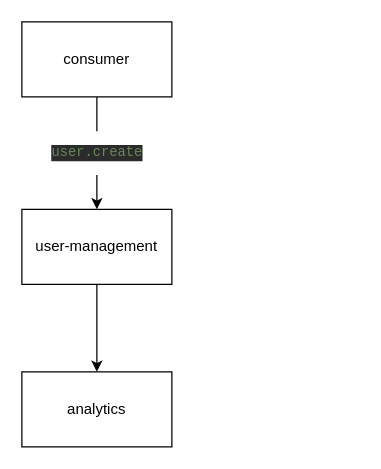
Earlier version of the draw.io diagram docs/architecture.drawio (robertscherbarth/opentelemetry-go-example). Source tidied: cells renumbered, new cells numbered last; positions are measured from the earlier drawing's top-left corner, leaving out a move shared by most shapes. Both pictures are drawn from the tidied source at 125%, with x=0, y=0 at pixel (21, 21).
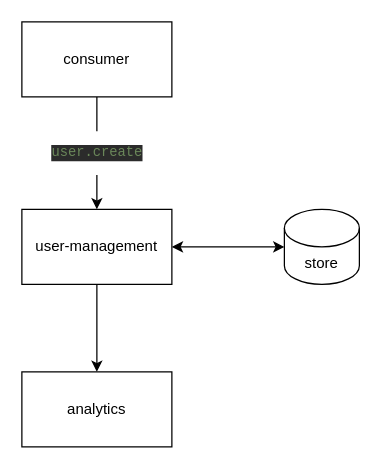
The same diagram, later.

What changed in the source:
```diff
@@
 <mxGraphModel>
   <root>
     <mxCell id="0" />
     <mxCell id="1" parent="0" />
     <mxCell id="2" value="&lt;pre style=&quot;background-color: #2b2b2b ; color: #a9b7c6 ; font-family: &amp;#34;jetbrains mono&amp;#34; , monospace ; font-size: 9 8pt&quot;&gt;&lt;span style=&quot;color: #6a8759&quot;&gt;user.create&lt;/span&gt;&lt;/pre&gt;" style="edgeStyle=orthogonalEdgeStyle;rounded=0;jettySize=auto;html=1;" parent="1" edge="1" source="3" target="5">
       <mxGeometry relative="1" as="geometry" />
     </mxCell>
     <mxCell id="3" value="consumer" style="rounded=0;whiteSpace=wrap;html=1;" parent="1" vertex="1">
       <mxGeometry width="120" height="60" as="geometry" />
     </mxCell>
     <mxCell id="4" style="edgeStyle=orthogonalEdgeStyle;rounded=0;jettySize=auto;html=1;" parent="1" edge="1" source="5" target="6">
       <mxGeometry relative="1" as="geometry" />
     </mxCell>
+    <mxCell id="7" style="edgeStyle=orthogonalEdgeStyle;rounded=0;jettySize=auto;html=1;entryX=0;entryY=0.5;entryDx=0;entryDy=0;entryPerimeter=0;startArrow=classic;startFill=1;" parent="1" edge="1" source="5" target="8">
+      <mxGeometry relative="1" as="geometry" />
+    </mxCell>
     <mxCell id="5" value="user-management" style="rounded=0;whiteSpace=wrap;html=1;" parent="1" vertex="1">
       <mxGeometry y="150" width="120" height="60" as="geometry" />
     </mxCell>
     <mxCell id="6" value="analytics" style="rounded=0;whiteSpace=wrap;html=1;" parent="1" vertex="1">
       <mxGeometry y="280" width="120" height="60" as="geometry" />
     </mxCell>
+    <mxCell id="8" value="store" style="shape=cylinder3;whiteSpace=wrap;html=1;boundedLbl=1;backgroundOutline=1;size=15;" parent="1" vertex="1">
+      <mxGeometry x="210" y="150" width="60" height="60" as="geometry" />
+    </mxCell>
   </root>
 </mxGraphModel>
```
